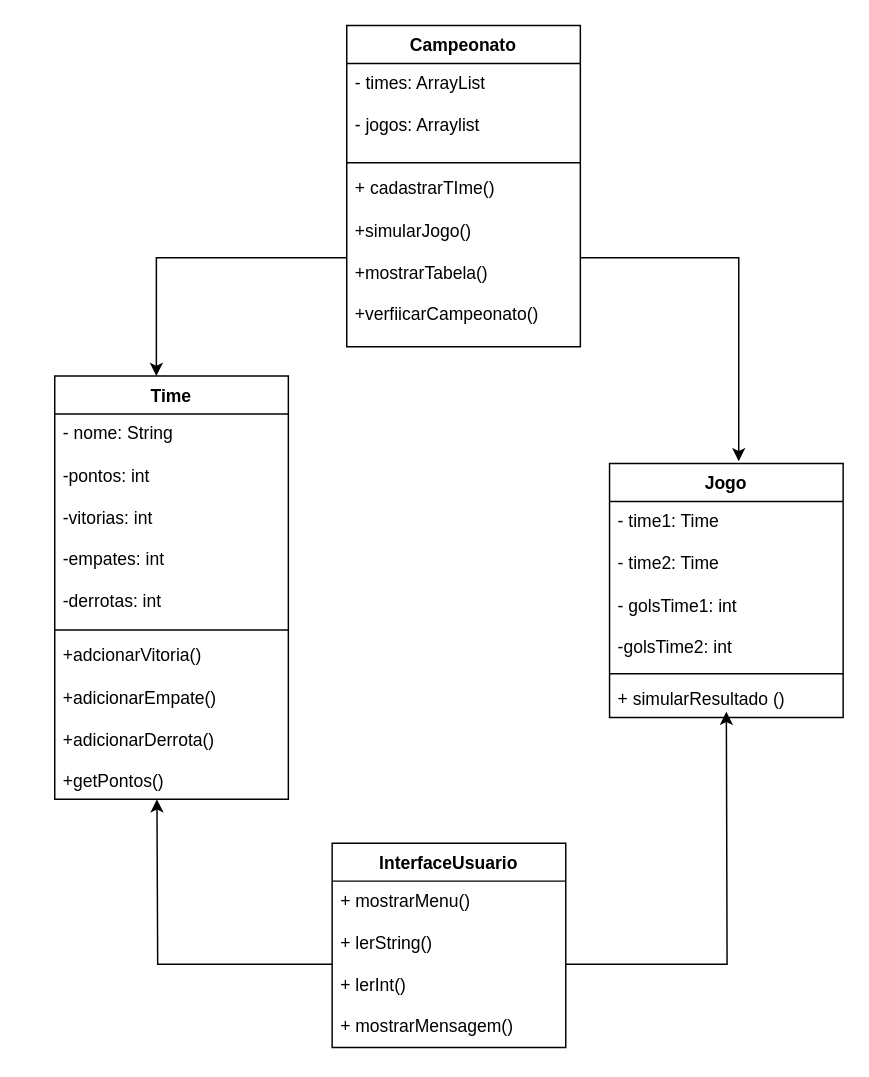
This is atividade9/diagrama/Atividade 9 - OO - Associações DIAGRAMA.drawio.xml from GabrielSilvafo/Atividade-9---OO---Associa-es-main, a draw.io file, before an edit. Source tidied: cells renumbered, new cells numbered last; positions are measured from the earlier drawing's top-left corner, leaving out a move shared by most shapes. Both pictures are drawn from the tidied source at 146%, with x=0, y=0 at pixel (54, 25).
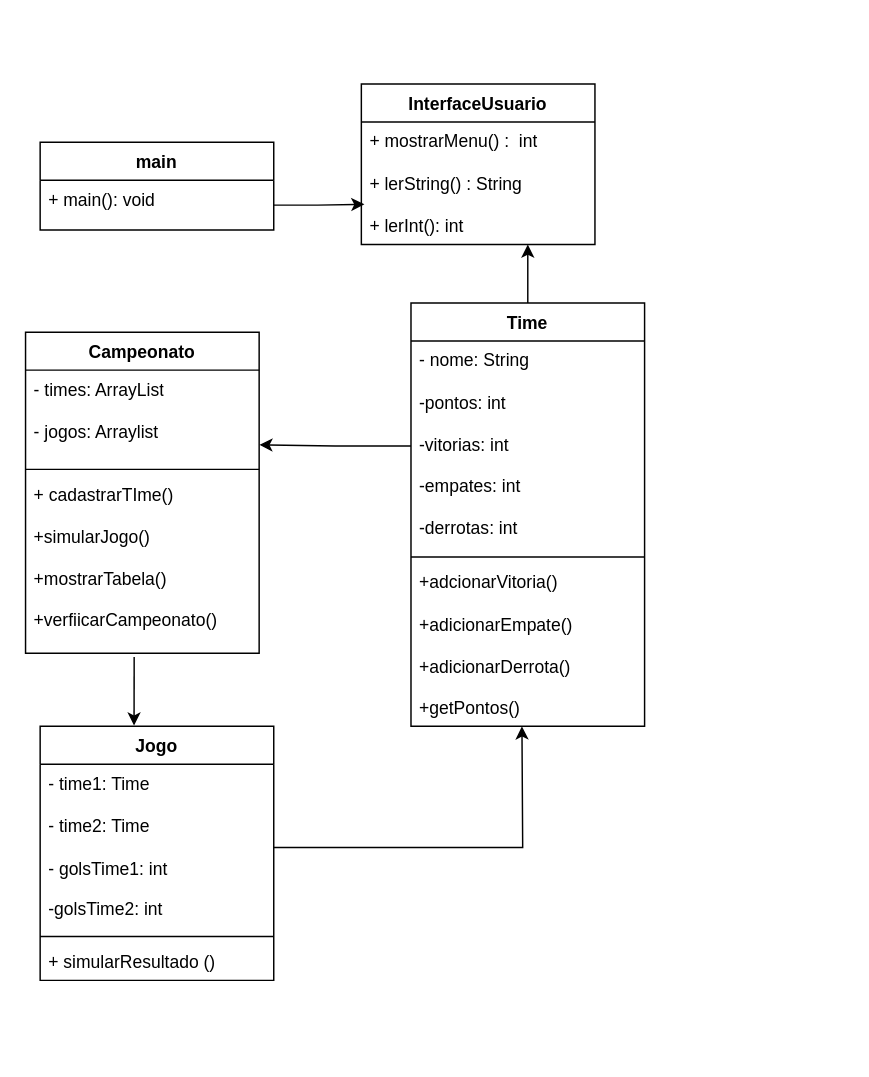
After the change.

Commit message (it also covers changes not shown here):
diagrama correto agora

Unchanged cells that the change refers to:
```xml
<mxCell id="3" value="&lt;span style=&quot;text-wrap-mode: nowrap;&quot;&gt;- nome: String&lt;/span&gt;&lt;br style=&quot;padding: 0px; margin: 0px; text-wrap-mode: nowrap;&quot;&gt;&lt;br style=&quot;padding: 0px; margin: 0px; text-wrap-mode: nowrap;&quot;&gt;&lt;span style=&quot;text-wrap-mode: nowrap;&quot;&gt;-pontos: int&lt;/span&gt;&lt;br style=&quot;padding: 0px; margin: 0px; text-wrap-mode: nowrap;&quot;&gt;&lt;br style=&quot;padding: 0px; margin: 0px; text-wrap-mode: nowrap;&quot;&gt;&lt;span style=&quot;text-wrap-mode: nowrap;&quot;&gt;-vitorias: int&lt;/span&gt;&lt;br style=&quot;padding: 0px; margin: 0px; text-wrap-mode: nowrap;&quot;&gt;&lt;br style=&quot;padding: 0px; margin: 0px; text-wrap-mode: nowrap;&quot;&gt;&lt;span style=&quot;text-wrap-mode: nowrap;&quot;&gt;-empates: int&lt;/span&gt;&lt;br style=&quot;padding: 0px; margin: 0px; text-wrap-mode: nowrap;&quot;&gt;&lt;br style=&quot;padding: 0px; margin: 0px; text-wrap-mode: nowrap;&quot;&gt;&lt;span style=&quot;text-wrap-mode: nowrap;&quot;&gt;-derrotas: int&lt;/span&gt;" style="text;strokeColor=none;fillColor=none;align=left;verticalAlign=top;spacingLeft=4;spacingRight=4;overflow=hidden;points=[[0,0.5],[1,0.5]];portConstraint=eastwest;whiteSpace=wrap;html=1;" parent="2" vertex="1">
  <mxGeometry y="26" width="160" height="144" as="geometry" />
</mxCell>
<mxCell id="7" value="&lt;span style=&quot;text-wrap-mode: nowrap;&quot;&gt;- times: ArrayList&lt;/span&gt;&lt;br style=&quot;padding: 0px; margin: 0px; text-wrap-mode: nowrap;&quot;&gt;&lt;br style=&quot;padding: 0px; margin: 0px; text-wrap-mode: nowrap;&quot;&gt;&lt;span style=&quot;text-wrap-mode: nowrap;&quot;&gt;- jogos: Arraylist&lt;/span&gt;" style="text;strokeColor=none;fillColor=none;align=left;verticalAlign=top;spacingLeft=4;spacingRight=4;overflow=hidden;points=[[0,0.5],[1,0.5]];portConstraint=eastwest;whiteSpace=wrap;html=1;" parent="6" vertex="1">
  <mxGeometry y="26" width="160" height="64" as="geometry" />
</mxCell>
<mxCell id="9" value="&lt;span style=&quot;text-wrap-mode: nowrap;&quot;&gt;+ cadastrarTIme()&lt;br&gt;&lt;br&gt;&lt;/span&gt;&lt;span style=&quot;text-wrap-mode: nowrap;&quot;&gt;+simularJogo()&lt;br&gt;&lt;br&gt;&lt;/span&gt;&lt;span style=&quot;text-wrap-mode: nowrap;&quot;&gt;+mostrarTabela()&lt;/span&gt;&lt;br style=&quot;padding: 0px; margin: 0px; text-wrap-mode: nowrap;&quot;&gt;&lt;br style=&quot;padding: 0px; margin: 0px; text-wrap-mode: nowrap;&quot;&gt;&lt;span style=&quot;text-wrap-mode: nowrap;&quot;&gt;+verfiicarCampeonato()&lt;/span&gt;&lt;span style=&quot;text-wrap-mode: nowrap;&quot;&gt;&lt;br&gt;&lt;br&gt;&lt;br&gt;&lt;/span&gt;&lt;span style=&quot;text-wrap-mode: nowrap;&quot;&gt;&lt;/span&gt;" style="text;strokeColor=none;fillColor=none;align=left;verticalAlign=top;spacingLeft=4;spacingRight=4;overflow=hidden;points=[[0,0.5],[1,0.5]];portConstraint=eastwest;whiteSpace=wrap;html=1;" parent="6" vertex="1">
  <mxGeometry y="98" width="160" height="122" as="geometry" />
</mxCell>
<mxCell id="11" value="- time1: Time&lt;div&gt;&lt;br&gt;- time2: Time&lt;br&gt;&lt;br&gt;- golsTime1: int&lt;br&gt;&lt;br&gt;-golsTime2: int&lt;/div&gt;" style="text;strokeColor=none;fillColor=none;align=left;verticalAlign=top;spacingLeft=4;spacingRight=4;overflow=hidden;points=[[0,0.5],[1,0.5]];portConstraint=eastwest;whiteSpace=wrap;html=1;" parent="10" vertex="1">
  <mxGeometry y="26" width="160" height="114" as="geometry" />
</mxCell>
```

The edit, as a diff of the source:
```diff
@@
+    <mxCell id="21" style="edgeStyle=orthogonalEdgeStyle;rounded=0;jettySize=auto;html=1;" parent="1" edge="1" source="2">
+      <mxGeometry relative="1" as="geometry">
+        <mxPoint x="324" y="150" as="targetPoint" />
+      </mxGeometry>
+    </mxCell>
     <mxCell id="2" value="Time" style="swimlane;fontStyle=1;align=center;verticalAlign=top;horizontal=1;startSize=26;whiteSpace=wrap;html=1;" parent="1" vertex="1">
-      <mxGeometry y="240" width="160" height="290" as="geometry" />
+      <mxGeometry x="244" y="190" width="160" height="290" as="geometry" />
     </mxCell>
@@
+    <mxCell id="22" style="line;strokeWidth=1;fillColor=none;align=left;verticalAlign=middle;spacingTop=-1;spacingLeft=3;spacingRight=3;labelPosition=right;strokeColor=inherit;" parent="2" vertex="1">
+      <mxGeometry y="290" width="160" as="geometry" />
+    </mxCell>
     <mxCell id="6" value="Campeonato" style="swimlane;fontStyle=1;align=center;verticalAlign=top;horizontal=1;startSize=26;whiteSpace=wrap;html=1;" parent="1" vertex="1">
-      <mxGeometry x="200" width="160" height="220" as="geometry" />
+      <mxGeometry x="-20" y="210" width="160" height="220" as="geometry" />
     </mxCell>
@@
     <mxCell id="10" value="Jogo" style="swimlane;fontStyle=1;align=center;verticalAlign=top;horizontal=1;startSize=26;whiteSpace=wrap;html=1;" parent="1" vertex="1">
-      <mxGeometry x="380" y="300" width="160" height="174" as="geometry" />
+      <mxGeometry x="-10" y="480" width="160" height="174" as="geometry" />
     </mxCell>
+    <mxCell id="23" style="edgeStyle=orthogonalEdgeStyle;rounded=0;jettySize=auto;html=1;" parent="10" edge="1" source="11">
+      <mxGeometry relative="1" as="geometry">
+        <mxPoint x="330" as="targetPoint" />
+      </mxGeometry>
+    </mxCell>
@@
     <mxCell id="14" value="InterfaceUsuario" style="swimlane;fontStyle=1;align=center;verticalAlign=top;horizontal=1;startSize=26;whiteSpace=wrap;html=1;" parent="1" vertex="1">
-      <mxGeometry x="190" y="560" width="160" height="140" as="geometry" />
+      <mxGeometry x="210" y="40" width="160" height="110" as="geometry" />
     </mxCell>
-    <mxCell id="15" style="edgeStyle=orthogonalEdgeStyle;rounded=0;jettySize=auto;html=1;" parent="14" edge="1" source="17">
-      <mxGeometry relative="1" as="geometry">
-        <mxPoint x="-120" y="-30" as="targetPoint" />
-      </mxGeometry>
-    </mxCell>
-    <mxCell id="16" style="edgeStyle=orthogonalEdgeStyle;rounded=0;jettySize=auto;html=1;" parent="14" edge="1" source="17">
-      <mxGeometry relative="1" as="geometry">
-        <mxPoint x="270" y="-90" as="targetPoint" />
-      </mxGeometry>
-    </mxCell>
-    <mxCell id="17" value="+ mostrarMenu()&lt;div&gt;&lt;br&gt;+ lerString()&lt;br&gt;&lt;br&gt;+ lerInt()&lt;br&gt;&lt;br&gt;+ mostrarMensagem()&lt;/div&gt;" style="text;strokeColor=none;fillColor=none;align=left;verticalAlign=top;spacingLeft=4;spacingRight=4;overflow=hidden;points=[[0,0.5],[1,0.5]];portConstraint=eastwest;whiteSpace=wrap;html=1;" parent="14" vertex="1">
-      <mxGeometry y="26" width="160" height="114" as="geometry" />
+    <mxCell id="17" value="+ mostrarMenu() :&amp;nbsp; int&lt;div&gt;&lt;br&gt;+ lerString() : String&lt;br&gt;&lt;br&gt;+ lerInt(): int&lt;br&gt;&lt;br&gt;&lt;/div&gt;" style="text;strokeColor=none;fillColor=none;align=left;verticalAlign=top;spacingLeft=4;spacingRight=4;overflow=hidden;points=[[0,0.5],[1,0.5]];portConstraint=eastwest;whiteSpace=wrap;html=1;" parent="14" vertex="1">
+      <mxGeometry y="26" width="160" height="84" as="geometry" />
     </mxCell>
     <mxCell id="18" style="line;strokeWidth=1;fillColor=none;align=left;verticalAlign=middle;spacingTop=-1;spacingLeft=3;spacingRight=3;labelPosition=right;strokeColor=inherit;" parent="14" vertex="1">
-      <mxGeometry y="140" width="160" as="geometry" />
+      <mxGeometry y="110" width="160" as="geometry" />
     </mxCell>
-    <mxCell id="19" style="edgeStyle=orthogonalEdgeStyle;rounded=0;jettySize=auto;html=1;entryX=0.435;entryY=0;entryDx=0;entryDy=0;entryPerimeter=0;" parent="1" edge="1" source="9" target="2">
-      <mxGeometry relative="1" as="geometry" />
-    </mxCell>
+    <mxCell id="24" value="main" style="swimlane;fontStyle=1;align=center;verticalAlign=top;horizontal=1;startSize=26;whiteSpace=wrap;html=1;" parent="1" vertex="1">
+      <mxGeometry x="-10" y="80" width="160" height="60" as="geometry" />
+    </mxCell>
+    <mxCell id="25" value="+ main(): void" style="text;strokeColor=none;fillColor=none;align=left;verticalAlign=top;spacingLeft=4;spacingRight=4;overflow=hidden;points=[[0,0.5],[1,0.5]];portConstraint=eastwest;whiteSpace=wrap;html=1;" parent="24" vertex="1">
+      <mxGeometry y="26" width="160" height="34" as="geometry" />
+    </mxCell>
+    <mxCell id="26" style="edgeStyle=orthogonalEdgeStyle;rounded=0;jettySize=auto;html=1;entryX=1.001;entryY=0.8;entryDx=0;entryDy=0;entryPerimeter=0;" parent="1" edge="1" source="3" target="7">
+      <mxGeometry relative="1" as="geometry" />
+    </mxCell>
+    <mxCell id="27" style="edgeStyle=orthogonalEdgeStyle;rounded=0;jettySize=auto;html=1;entryX=0.013;entryY=0.672;entryDx=0;entryDy=0;entryPerimeter=0;" parent="1" edge="1" source="25" target="17">
+      <mxGeometry relative="1" as="geometry" />
+    </mxCell>
-    <mxCell id="20" style="edgeStyle=orthogonalEdgeStyle;rounded=0;jettySize=auto;html=1;entryX=0.553;entryY=-0.009;entryDx=0;entryDy=0;entryPerimeter=0;" parent="1" edge="1" source="9" target="10">
+    <mxCell id="20" style="endArrow=classic;html=1;rounded=0;exitX=0.465;exitY=1.02;exitDx=0;exitDy=0;exitPerimeter=0;entryX=0.402;entryY=-0.003;entryDx=0;entryDy=0;entryPerimeter=0;" parent="1" edge="1" source="9" target="10">
       <mxGeometry relative="1" as="geometry" />
     </mxCell>
```
